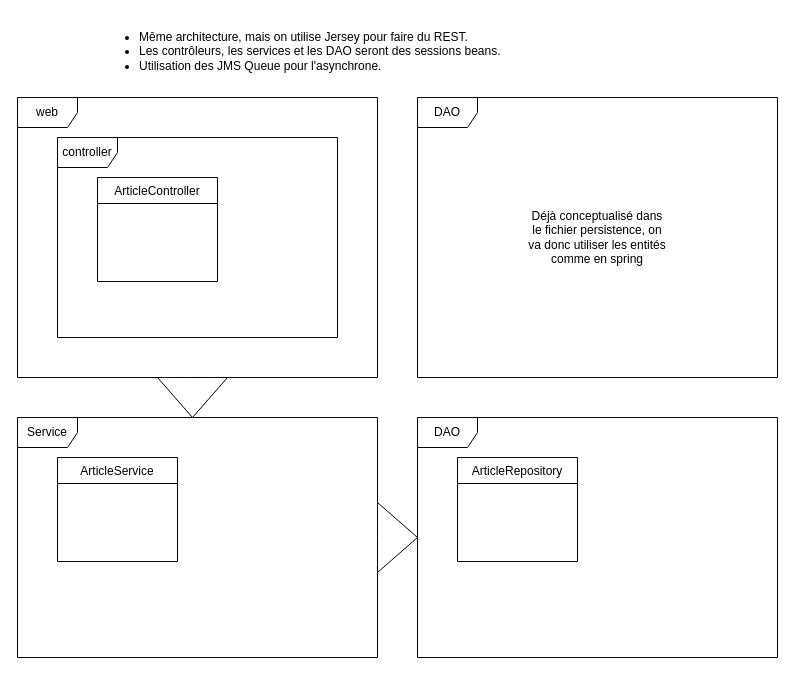
Above: doc/conception/back_jee.drawio in Reynault/Auction-JEE (draw.io), before the change. Source tidied: cells renumbered, new cells numbered last; positions are measured from the earlier drawing's top-left corner, leaving out a move shared by most shapes. Both pictures are drawn from the tidied source at 100%, with x=0, y=0 at pixel (17, 17).
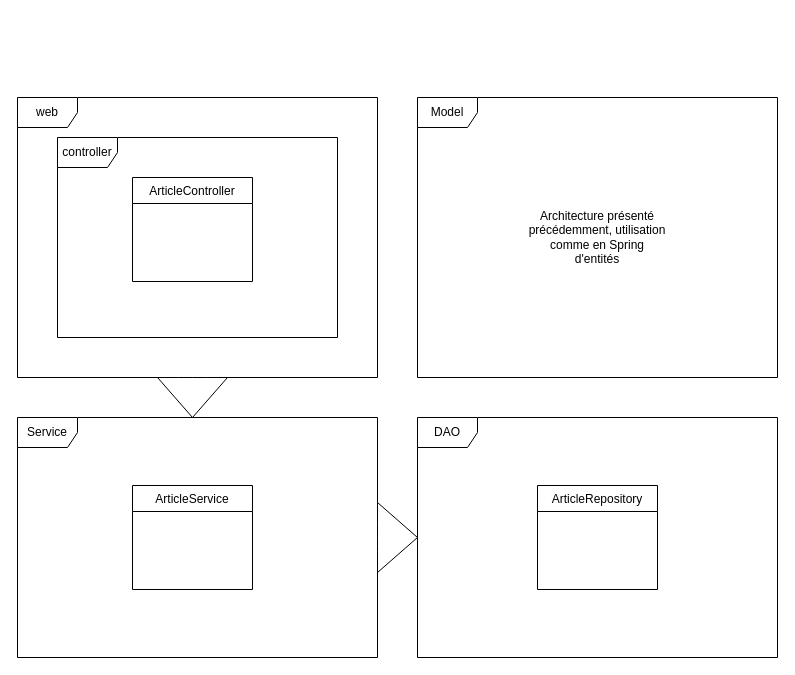
The same page after the edit.

What changed in the source:
```diff
@@
 <mxGraphModel>
   <root>
     <mxCell id="0" />
     <mxCell id="1" parent="0" />
     <mxCell id="2" value="web" style="shape=umlFrame;whiteSpace=wrap;html=1;" parent="1" vertex="1">
       <mxGeometry y="80" width="360" height="280" as="geometry" />
     </mxCell>
     <mxCell id="3" value="controller" style="shape=umlFrame;whiteSpace=wrap;html=1;" parent="1" vertex="1">
       <mxGeometry x="40" y="120" width="280" height="200" as="geometry" />
     </mxCell>
     <mxCell id="4" value="Service" style="shape=umlFrame;whiteSpace=wrap;html=1;" parent="1" vertex="1">
       <mxGeometry y="400" width="360" height="240" as="geometry" />
     </mxCell>
     <mxCell id="5" value="DAO" style="shape=umlFrame;whiteSpace=wrap;html=1;" parent="1" vertex="1">
       <mxGeometry x="400" y="400" width="360" height="240" as="geometry" />
     </mxCell>
     <mxCell id="6" value="ArticleRepository" style="swimlane;fontStyle=0;horizontal=1;startSize=26;fillColor=none;" parent="1" vertex="1">
-      <mxGeometry x="440" y="440" width="120" height="104" as="geometry" />
+      <mxGeometry x="520" y="468" width="120" height="104" as="geometry" />
     </mxCell>
     <mxCell id="7" style="html=1;shadow=0;dashed=0;align=center;verticalAlign=middle;shape=mxgraph.arrows2.arrow;dy=0.6;dx=40;direction=south;notch=0;" parent="1" vertex="1">
       <mxGeometry x="140" y="360" width="70" height="40" as="geometry" />
     </mxCell>
     <mxCell id="8" style="html=1;shadow=0;dashed=0;align=center;verticalAlign=middle;shape=mxgraph.arrows2.arrow;dy=0.6;dx=40;notch=0;" parent="1" vertex="1">
       <mxGeometry x="360" y="485" width="40" height="70" as="geometry" />
     </mxCell>
     <mxCell id="9" value="ArticleService" style="swimlane;fontStyle=0;horizontal=1;startSize=26;fillColor=none;" parent="1" vertex="1">
-      <mxGeometry x="40" y="440" width="120" height="104" as="geometry" />
+      <mxGeometry x="115" y="468" width="120" height="104" as="geometry" />
     </mxCell>
     <mxCell id="10" value="ArticleController" style="swimlane;fontStyle=0;horizontal=1;startSize=26;fillColor=none;" parent="1" vertex="1">
-      <mxGeometry x="80" y="160" width="120" height="104" as="geometry" />
+      <mxGeometry x="115" y="160" width="120" height="104" as="geometry" />
     </mxCell>
-    <mxCell id="11" value="DAO" style="shape=umlFrame;whiteSpace=wrap;html=1;" parent="1" vertex="1">
+    <mxCell id="11" value="Model" style="shape=umlFrame;whiteSpace=wrap;html=1;" parent="1" vertex="1">
       <mxGeometry x="400" y="80" width="360" height="280" as="geometry" />
     </mxCell>
-    <mxCell id="12" value="Déjà conceptualisé dans le fichier persistence, on va donc utiliser les entités comme en spring" style="text;html=1;strokeColor=none;fillColor=none;align=center;verticalAlign=middle;whiteSpace=wrap;rounded=0;" parent="1" vertex="1">
+    <mxCell id="12" value="Architecture présenté précédemment, utilisation comme en Spring d'entités" style="text;html=1;strokeColor=none;fillColor=none;align=center;verticalAlign=middle;whiteSpace=wrap;rounded=0;" parent="1" vertex="1">
       <mxGeometry x="510" y="186" width="140" height="68" as="geometry" />
     </mxCell>
-    <mxCell id="13" value="&lt;ul&gt;&lt;li&gt;Même architecture, mais on utilise Jersey pour faire du REST. &lt;/li&gt;&lt;li&gt;Les contrôleurs, les services et les DAO seront des sessions beans.&lt;/li&gt;&lt;li&gt;Utilisation des JMS Queue pour l'asynchrone.&lt;/li&gt;&lt;/ul&gt;" style="text;html=1;strokeColor=none;fillColor=none;align=left;verticalAlign=middle;whiteSpace=wrap;rounded=0;" parent="1" vertex="1">
-      <mxGeometry x="80" width="600" height="68" as="geometry" />
-    </mxCell>
   </root>
 </mxGraphModel>
```
